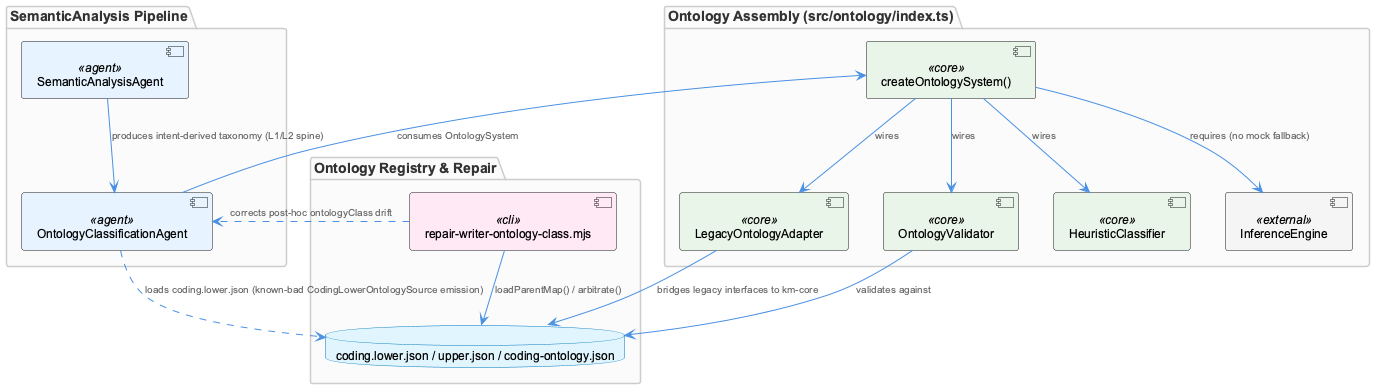
Before: knowledge-management/insights/images/ontology-classification-agent-architecture.png, a diagram exported from PlantUML (fwornle/coding). The source it was exported from:
```plantuml
@startuml
!include /Users/Q284340/Agentic/coding/docs/puml/_standard-style.puml

package "SemanticAnalysis Pipeline" {
  component "SemanticAnalysisAgent" as saa <<agent>>
  component "OntologyClassificationAgent" as oca <<agent>>
}

package "Ontology Assembly (src/ontology/index.ts)" {
  component "createOntologySystem()" as factory <<core>>
  component "LegacyOntologyAdapter" as adapter <<core>>
  component "OntologyValidator" as validator <<core>>
  component "HeuristicClassifier" as heuristic <<core>>
  component "InferenceEngine" as infer <<external>>
}

package "Ontology Registry & Repair" {
  database "coding.lower.json / upper.json / coding-ontology.json" as registry
  component "repair-writer-ontology-class.mjs" as repair <<cli>>
}

saa --> oca : "produces intent-derived taxonomy (L1/L2 spine)"
oca --> factory : "consumes OntologySystem"

factory --> adapter : "wires"
factory --> validator : "wires"
factory --> heuristic : "wires"
factory --> infer : "requires (no mock fallback)"

adapter --> registry : "bridges legacy interfaces to km-core"
validator --> registry : "validates against"
oca ..> registry : "loads coding.lower.json (known-bad CodingLowerOntologySource emission)"

repair --> registry : "loadParentMap() / arbitrate()"
repair ..> oca : "corrects post-hoc ontologyClass drift"

@enduml
```
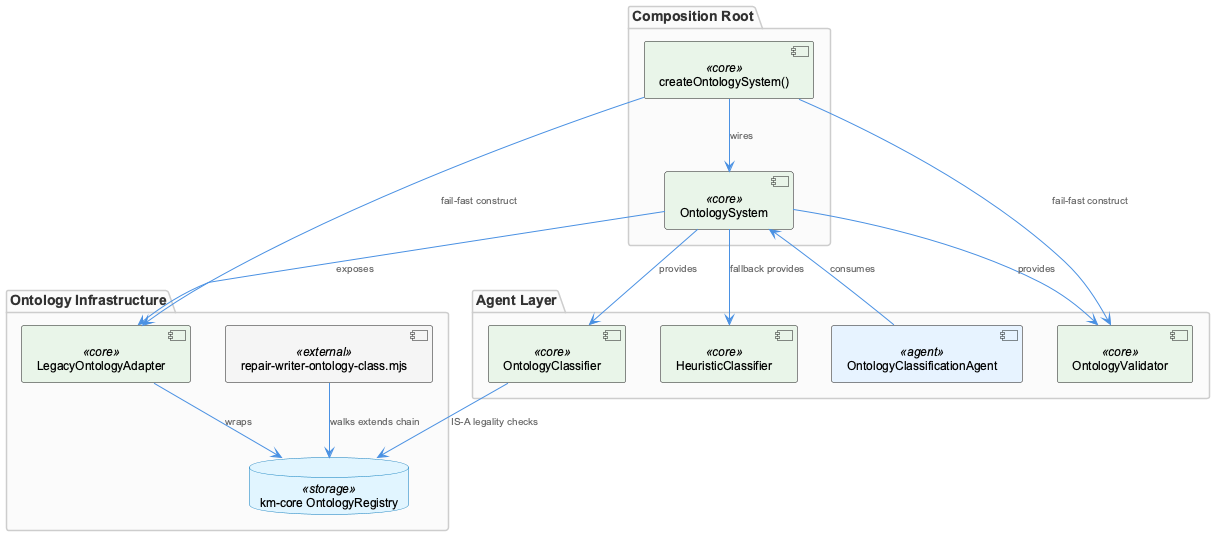
Above is the later version.

Diff of the diagram source:
```diff
@@ -1,37 +1,34 @@
 @startuml
-!include /Users/Q284340/Agentic/coding/docs/puml/_standard-style.puml
+!include _standard-style.puml
 
-package "SemanticAnalysis Pipeline" {
-  component "SemanticAnalysisAgent" as saa <<agent>>
-  component "OntologyClassificationAgent" as oca <<agent>>
+package "Agent Layer" {
+  component "OntologyClassificationAgent" as agent <<agent>>
+  component "OntologyValidator" as validator <<core>>
+  component "OntologyClassifier" as classifier <<core>>
+  component "HeuristicClassifier" as heuristic <<core>>
 }
 
-package "Ontology Assembly (src/ontology/index.ts)" {
+package "Composition Root" {
   component "createOntologySystem()" as factory <<core>>
-  component "LegacyOntologyAdapter" as adapter <<core>>
-  component "OntologyValidator" as validator <<core>>
-  component "HeuristicClassifier" as heuristic <<core>>
-  component "InferenceEngine" as infer <<external>>
+  component "OntologySystem" as system <<core>>
 }
 
-package "Ontology Registry & Repair" {
-  database "coding.lower.json / upper.json / coding-ontology.json" as registry
-  component "repair-writer-ontology-class.mjs" as repair <<cli>>
+package "Ontology Infrastructure" {
+  component "LegacyOntologyAdapter" as adapter <<core>>
+  database "km-core OntologyRegistry" as registry <<storage>>
+  component "repair-writer-ontology-class.mjs" as repair <<external>>
 }
 
-saa --> oca : "produces intent-derived taxonomy (L1/L2 spine)"
-oca --> factory : "consumes OntologySystem"
-
-factory --> adapter : "wires"
-factory --> validator : "wires"
-factory --> heuristic : "wires"
-factory --> infer : "requires (no mock fallback)"
-
-adapter --> registry : "bridges legacy interfaces to km-core"
-validator --> registry : "validates against"
-oca ..> registry : "loads coding.lower.json (known-bad CodingLowerOntologySource emission)"
-
-repair --> registry : "loadParentMap() / arbitrate()"
-repair ..> oca : "corrects post-hoc ontologyClass drift"
+agent --> system : "consumes"
+factory --> system : "wires"
+factory --> adapter : "fail-fast construct"
+factory --> validator : "fail-fast construct"
+system --> validator : "provides"
+system --> classifier : "provides"
+system --> heuristic : "fallback provides"
+system --> adapter : "exposes"
+adapter --> registry : "wraps"
+repair --> registry : "walks extends chain"
+classifier --> registry : "IS-A legality checks"
 
 @enduml
```
